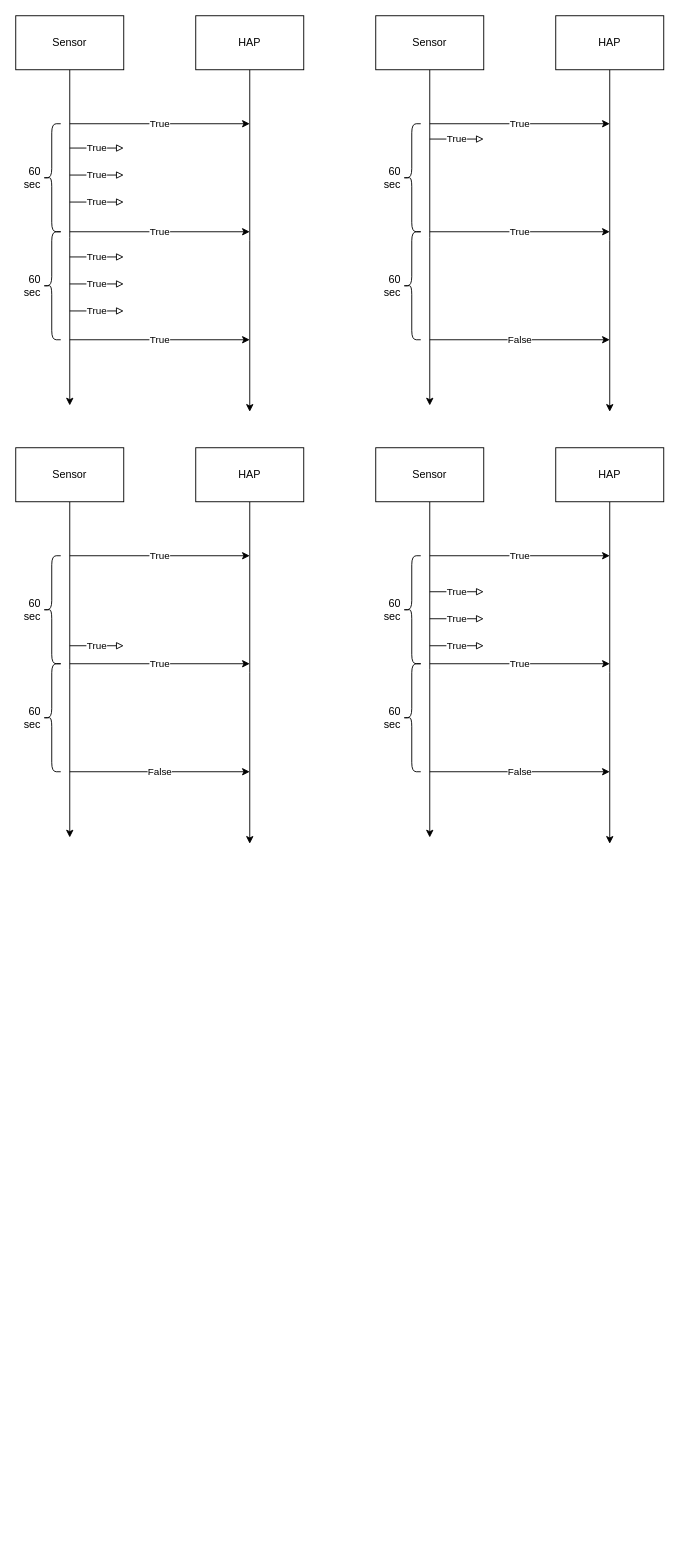
Above: hap md.drawio in dalgomfamily/dalgomfamily.github.io (draw.io), before the change. Source tidied: cells renumbered, new cells numbered last; positions are measured from the earlier drawing's top-left corner, leaving out a move shared by most shapes. Both pictures are drawn from the tidied source at 90%, with x=0, y=0 at pixel (15, 15).
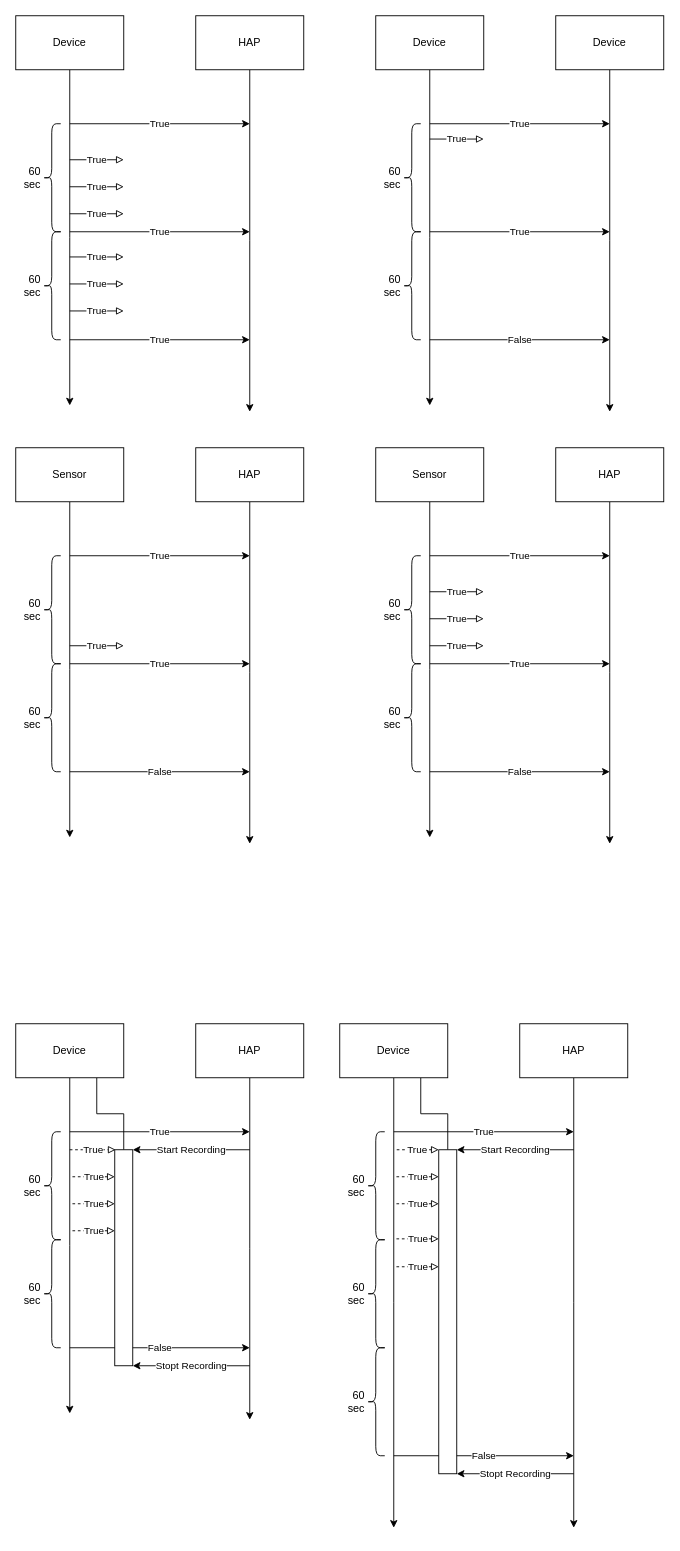
The same page after the edit.

What changed in the source:
```diff
@@
-    <mxCell id="3" value="Sensor" style="rounded=0;whiteSpace=wrap;html=1;" parent="1" vertex="1">
+    <mxCell id="3" value="Device" style="rounded=0;whiteSpace=wrap;html=1;" parent="1" vertex="1">
       <mxGeometry width="120" height="60" as="geometry" />
     </mxCell>
@@
     <mxCell id="8" value="True" style="endArrow=block;html=1;rounded=0;endFill=0;" parent="1" edge="1">
       <mxGeometry relative="1" as="geometry">
-        <mxPoint x="60" y="147" as="sourcePoint" />
-        <mxPoint x="120" y="147" as="targetPoint" />
+        <mxPoint x="60" y="160" as="sourcePoint" />
+        <mxPoint x="120" y="160" as="targetPoint" />
       </mxGeometry>
     </mxCell>
     <mxCell id="9" value="True" style="endArrow=block;html=1;rounded=0;strokeColor=default;align=center;verticalAlign=middle;fontFamily=Helvetica;fontSize=11;fontColor=default;labelBackgroundColor=default;endFill=0;" parent="1" edge="1">
       <mxGeometry relative="1" as="geometry">
-        <mxPoint x="60" y="177" as="sourcePoint" />
-        <mxPoint x="120" y="177" as="targetPoint" />
+        <mxPoint x="60" y="190" as="sourcePoint" />
+        <mxPoint x="120" y="190" as="targetPoint" />
       </mxGeometry>
     </mxCell>
     <mxCell id="10" value="True" style="endArrow=block;html=1;rounded=0;strokeColor=default;align=center;verticalAlign=middle;fontFamily=Helvetica;fontSize=11;fontColor=default;labelBackgroundColor=default;endFill=0;" parent="1" edge="1">
       <mxGeometry relative="1" as="geometry">
-        <mxPoint x="60" y="207" as="sourcePoint" />
-        <mxPoint x="120" y="207" as="targetPoint" />
+        <mxPoint x="60" y="220" as="sourcePoint" />
+        <mxPoint x="120" y="220" as="targetPoint" />
       </mxGeometry>
     </mxCell>
@@
-    <mxCell id="28" value="Sensor" style="rounded=0;whiteSpace=wrap;html=1;" parent="1" vertex="1">
+    <mxCell id="28" value="Device" style="rounded=0;whiteSpace=wrap;html=1;" parent="1" vertex="1">
       <mxGeometry x="400" width="120" height="60" as="geometry" />
     </mxCell>
@@
-    <mxCell id="30" value="HAP" style="rounded=0;whiteSpace=wrap;html=1;" parent="1" vertex="1">
+    <mxCell id="30" value="Device" style="rounded=0;whiteSpace=wrap;html=1;" parent="1" vertex="1">
       <mxGeometry x="600" width="120" height="60" as="geometry" />
     </mxCell>
@@
+    <mxCell id="49" style="edgeStyle=orthogonalEdgeStyle;rounded=0;jettySize=auto;html=1;exitX=0.5;exitY=1;exitDx=0;exitDy=0;" parent="1" edge="1" source="51">
+      <mxGeometry relative="1" as="geometry">
+        <mxPoint x="60" y="1553" as="targetPoint" />
+      </mxGeometry>
+    </mxCell>
+    <mxCell id="50" style="edgeStyle=orthogonalEdgeStyle;rounded=0;jettySize=auto;html=1;exitX=0.75;exitY=1;exitDx=0;exitDy=0;entryX=0.5;entryY=0;entryDx=0;entryDy=0;endArrow=none;startFill=0;" parent="1" edge="1" source="51" target="59">
+      <mxGeometry relative="1" as="geometry" />
+    </mxCell>
+    <mxCell id="51" value="Device" style="rounded=0;whiteSpace=wrap;html=1;" parent="1" vertex="1">
+      <mxGeometry y="1120" width="120" height="60" as="geometry" />
+    </mxCell>
+    <mxCell id="52" style="edgeStyle=orthogonalEdgeStyle;rounded=0;jettySize=auto;html=1;exitX=0.5;exitY=1;exitDx=0;exitDy=0;" parent="1" edge="1" source="53">
+      <mxGeometry relative="1" as="geometry">
+        <mxPoint x="260" y="1560" as="targetPoint" />
+      </mxGeometry>
+    </mxCell>
+    <mxCell id="53" value="HAP" style="rounded=0;whiteSpace=wrap;html=1;" parent="1" vertex="1">
+      <mxGeometry x="200" y="1120" width="120" height="60" as="geometry" />
+    </mxCell>
+    <mxCell id="54" value="True" style="endArrow=classic;html=1;rounded=0;" parent="1" edge="1">
+      <mxGeometry relative="1" as="geometry">
+        <mxPoint x="60" y="1240" as="sourcePoint" />
+        <mxPoint x="260" y="1240" as="targetPoint" />
+      </mxGeometry>
+    </mxCell>
+    <mxCell id="55" value="60 sec" style="shape=curlyBracket;whiteSpace=wrap;html=1;rounded=1;labelPosition=left;verticalLabelPosition=middle;align=right;verticalAlign=middle;" parent="1" vertex="1">
+      <mxGeometry x="30" y="1240" width="20" height="120" as="geometry" />
+    </mxCell>
+    <mxCell id="56" value="True" style="endArrow=block;html=1;rounded=0;strokeColor=default;align=center;verticalAlign=middle;fontFamily=Helvetica;fontSize=11;fontColor=default;labelBackgroundColor=default;endFill=0;dashed=1;entryX=-0.167;entryY=0.111;entryDx=0;entryDy=0;entryPerimeter=0;" parent="1" edge="1">
+      <mxGeometry relative="1" as="geometry">
+        <mxPoint x="60" y="1260" as="sourcePoint" />
+        <mxPoint x="111" y="1260" as="targetPoint" />
+      </mxGeometry>
+    </mxCell>
+    <mxCell id="57" value="60 sec" style="shape=curlyBracket;whiteSpace=wrap;html=1;rounded=1;labelPosition=left;verticalLabelPosition=middle;align=right;verticalAlign=middle;" parent="1" vertex="1">
+      <mxGeometry x="30" y="1360" width="20" height="120" as="geometry" />
+    </mxCell>
+    <mxCell id="58" value="False" style="endArrow=classic;html=1;rounded=0;" parent="1" edge="1">
+      <mxGeometry relative="1" as="geometry">
+        <mxPoint x="60" y="1480" as="sourcePoint" />
+        <mxPoint x="260" y="1480" as="targetPoint" />
+      </mxGeometry>
+    </mxCell>
+    <mxCell id="59" style="rounded=0;whiteSpace=wrap;html=1;" parent="1" vertex="1">
+      <mxGeometry x="110" y="1260" width="20" height="240" as="geometry" />
+    </mxCell>
+    <mxCell id="60" value="Start Recording" style="endArrow=classic;html=1;rounded=0;entryX=1;entryY=0;entryDx=0;entryDy=0;" parent="1" edge="1" target="59">
+      <mxGeometry relative="1" as="geometry">
+        <mxPoint x="260" y="1260" as="sourcePoint" />
+      </mxGeometry>
+    </mxCell>
+    <mxCell id="61" value="True" style="endArrow=block;html=1;rounded=0;strokeColor=default;align=center;verticalAlign=middle;fontFamily=Helvetica;fontSize=11;fontColor=default;labelBackgroundColor=default;endFill=0;dashed=1;entryX=-0.167;entryY=0.111;entryDx=0;entryDy=0;entryPerimeter=0;" parent="1" edge="1">
+      <mxGeometry relative="1" as="geometry">
+        <mxPoint x="63" y="1290" as="sourcePoint" />
+        <mxPoint x="110" y="1290" as="targetPoint" />
+      </mxGeometry>
+    </mxCell>
+    <mxCell id="62" value="True" style="endArrow=block;html=1;rounded=0;strokeColor=default;align=center;verticalAlign=middle;fontFamily=Helvetica;fontSize=11;fontColor=default;labelBackgroundColor=default;endFill=0;dashed=1;entryX=-0.167;entryY=0.111;entryDx=0;entryDy=0;entryPerimeter=0;" parent="1" edge="1">
+      <mxGeometry relative="1" as="geometry">
+        <mxPoint x="63" y="1320" as="sourcePoint" />
+        <mxPoint x="110" y="1320" as="targetPoint" />
+      </mxGeometry>
+    </mxCell>
+    <mxCell id="63" value="Stopt Recording" style="endArrow=classic;html=1;rounded=0;entryX=1;entryY=0;entryDx=0;entryDy=0;" parent="1" edge="1">
+      <mxGeometry relative="1" as="geometry">
+        <mxPoint x="260" y="1500" as="sourcePoint" />
+        <mxPoint x="130" y="1500" as="targetPoint" />
+      </mxGeometry>
+    </mxCell>
+    <mxCell id="64" value="True" style="endArrow=block;html=1;rounded=0;strokeColor=default;align=center;verticalAlign=middle;fontFamily=Helvetica;fontSize=11;fontColor=default;labelBackgroundColor=default;endFill=0;dashed=1;entryX=-0.167;entryY=0.111;entryDx=0;entryDy=0;entryPerimeter=0;" parent="1" edge="1">
+      <mxGeometry relative="1" as="geometry">
+        <mxPoint x="63" y="1350" as="sourcePoint" />
+        <mxPoint x="110" y="1350" as="targetPoint" />
+      </mxGeometry>
+    </mxCell>
+    <mxCell id="65" style="edgeStyle=orthogonalEdgeStyle;rounded=0;jettySize=auto;html=1;exitX=0.5;exitY=1;exitDx=0;exitDy=0;" parent="1" edge="1" source="67">
+      <mxGeometry relative="1" as="geometry">
+        <mxPoint x="420" y="1680" as="targetPoint" />
+      </mxGeometry>
+    </mxCell>
+    <mxCell id="66" style="edgeStyle=orthogonalEdgeStyle;rounded=0;jettySize=auto;html=1;exitX=0.75;exitY=1;exitDx=0;exitDy=0;entryX=0.5;entryY=0;entryDx=0;entryDy=0;endArrow=none;startFill=0;" parent="1" edge="1" source="67" target="75">
+      <mxGeometry relative="1" as="geometry" />
+    </mxCell>
+    <mxCell id="67" value="Device" style="rounded=0;whiteSpace=wrap;html=1;" parent="1" vertex="1">
+      <mxGeometry x="360" y="1120" width="120" height="60" as="geometry" />
+    </mxCell>
+    <mxCell id="68" style="edgeStyle=orthogonalEdgeStyle;rounded=0;jettySize=auto;html=1;exitX=0.5;exitY=1;exitDx=0;exitDy=0;" parent="1" edge="1" source="69">
+      <mxGeometry relative="1" as="geometry">
+        <mxPoint x="620" y="1680" as="targetPoint" />
+      </mxGeometry>
+    </mxCell>
+    <mxCell id="69" value="HAP" style="rounded=0;whiteSpace=wrap;html=1;" parent="1" vertex="1">
+      <mxGeometry x="560" y="1120" width="120" height="60" as="geometry" />
+    </mxCell>
+    <mxCell id="70" value="True" style="endArrow=classic;html=1;rounded=0;" parent="1" edge="1">
+      <mxGeometry relative="1" as="geometry">
+        <mxPoint x="420" y="1240" as="sourcePoint" />
+        <mxPoint x="620" y="1240" as="targetPoint" />
+      </mxGeometry>
+    </mxCell>
+    <mxCell id="71" value="60 sec" style="shape=curlyBracket;whiteSpace=wrap;html=1;rounded=1;labelPosition=left;verticalLabelPosition=middle;align=right;verticalAlign=middle;" parent="1" vertex="1">
+      <mxGeometry x="390" y="1240" width="20" height="120" as="geometry" />
+    </mxCell>
+    <mxCell id="72" value="True" style="endArrow=block;html=1;rounded=0;strokeColor=default;align=center;verticalAlign=middle;fontFamily=Helvetica;fontSize=11;fontColor=default;labelBackgroundColor=default;endFill=0;dashed=1;entryX=-0.167;entryY=0.111;entryDx=0;entryDy=0;entryPerimeter=0;" parent="1" edge="1">
+      <mxGeometry relative="1" as="geometry">
+        <mxPoint x="423.3" y="1260" as="sourcePoint" />
+        <mxPoint x="470" y="1260" as="targetPoint" />
+      </mxGeometry>
+    </mxCell>
+    <mxCell id="73" value="60 sec" style="shape=curlyBracket;whiteSpace=wrap;html=1;rounded=1;labelPosition=left;verticalLabelPosition=middle;align=right;verticalAlign=middle;" parent="1" vertex="1">
+      <mxGeometry x="390" y="1360" width="20" height="120" as="geometry" />
+    </mxCell>
+    <mxCell id="74" value="False" style="endArrow=classic;html=1;rounded=0;" parent="1" edge="1">
+      <mxGeometry relative="1" as="geometry">
+        <mxPoint x="420" y="1600" as="sourcePoint" />
+        <mxPoint x="620" y="1600" as="targetPoint" />
+      </mxGeometry>
+    </mxCell>
+    <mxCell id="75" style="rounded=0;whiteSpace=wrap;html=1;" parent="1" vertex="1">
+      <mxGeometry x="470" y="1260" width="20" height="360" as="geometry" />
+    </mxCell>
+    <mxCell id="76" value="Start Recording" style="endArrow=classic;html=1;rounded=0;entryX=1;entryY=0;entryDx=0;entryDy=0;" parent="1" edge="1" target="75">
+      <mxGeometry relative="1" as="geometry">
+        <mxPoint x="620" y="1260" as="sourcePoint" />
+      </mxGeometry>
+    </mxCell>
+    <mxCell id="77" value="True" style="endArrow=block;html=1;rounded=0;strokeColor=default;align=center;verticalAlign=middle;fontFamily=Helvetica;fontSize=11;fontColor=default;labelBackgroundColor=default;endFill=0;dashed=1;entryX=-0.167;entryY=0.111;entryDx=0;entryDy=0;entryPerimeter=0;" parent="1" edge="1">
+      <mxGeometry relative="1" as="geometry">
+        <mxPoint x="423" y="1290" as="sourcePoint" />
+        <mxPoint x="470" y="1290" as="targetPoint" />
+      </mxGeometry>
+    </mxCell>
+    <mxCell id="78" value="True" style="endArrow=block;html=1;rounded=0;strokeColor=default;align=center;verticalAlign=middle;fontFamily=Helvetica;fontSize=11;fontColor=default;labelBackgroundColor=default;endFill=0;dashed=1;entryX=-0.167;entryY=0.111;entryDx=0;entryDy=0;entryPerimeter=0;" parent="1" edge="1">
+      <mxGeometry relative="1" as="geometry">
+        <mxPoint x="423" y="1320" as="sourcePoint" />
+        <mxPoint x="470" y="1320" as="targetPoint" />
+      </mxGeometry>
+    </mxCell>
+    <mxCell id="79" value="Stopt Recording" style="endArrow=classic;html=1;rounded=0;entryX=1;entryY=0;entryDx=0;entryDy=0;" parent="1" edge="1">
+      <mxGeometry relative="1" as="geometry">
+        <mxPoint x="620" y="1620" as="sourcePoint" />
+        <mxPoint x="490" y="1620" as="targetPoint" />
+      </mxGeometry>
+    </mxCell>
+    <mxCell id="80" value="True" style="endArrow=block;html=1;rounded=0;strokeColor=default;align=center;verticalAlign=middle;fontFamily=Helvetica;fontSize=11;fontColor=default;labelBackgroundColor=default;endFill=0;dashed=1;entryX=-0.167;entryY=0.111;entryDx=0;entryDy=0;entryPerimeter=0;" parent="1" edge="1">
+      <mxGeometry relative="1" as="geometry">
+        <mxPoint x="423" y="1359" as="sourcePoint" />
+        <mxPoint x="470" y="1359" as="targetPoint" />
+      </mxGeometry>
+    </mxCell>
+    <mxCell id="81" value="True" style="endArrow=block;html=1;rounded=0;strokeColor=default;align=center;verticalAlign=middle;fontFamily=Helvetica;fontSize=11;fontColor=default;labelBackgroundColor=default;endFill=0;dashed=1;entryX=-0.167;entryY=0.111;entryDx=0;entryDy=0;entryPerimeter=0;" parent="1" edge="1">
+      <mxGeometry relative="1" as="geometry">
+        <mxPoint x="423" y="1390" as="sourcePoint" />
+        <mxPoint x="470" y="1390" as="targetPoint" />
+      </mxGeometry>
+    </mxCell>
+    <mxCell id="82" value="60 sec" style="shape=curlyBracket;whiteSpace=wrap;html=1;rounded=1;labelPosition=left;verticalLabelPosition=middle;align=right;verticalAlign=middle;" parent="1" vertex="1">
+      <mxGeometry x="390" y="1480" width="20" height="120" as="geometry" />
+    </mxCell>
```
